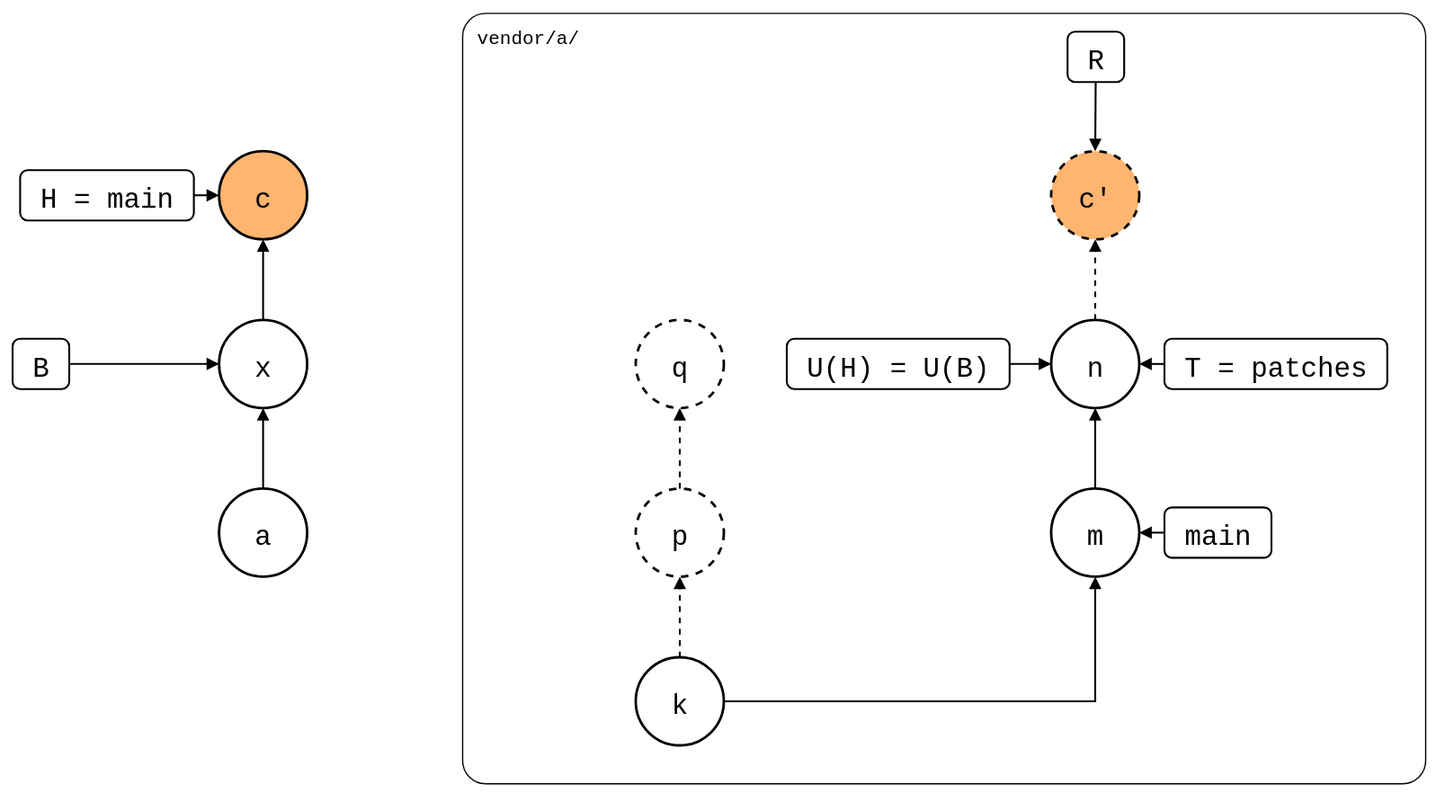
Before: test/scenarios/06-rewritten-history/04-patch-branch-rebased/01-unpushed-local-commit/rebased-onto-pull.drawio.svg, a diagram exported from draw.io (roschaefer/git-splice). Source tidied: cells renumbered, new cells last; positions are measured from the earlier drawing's top-left corner, leaving out a move shared by most shapes.
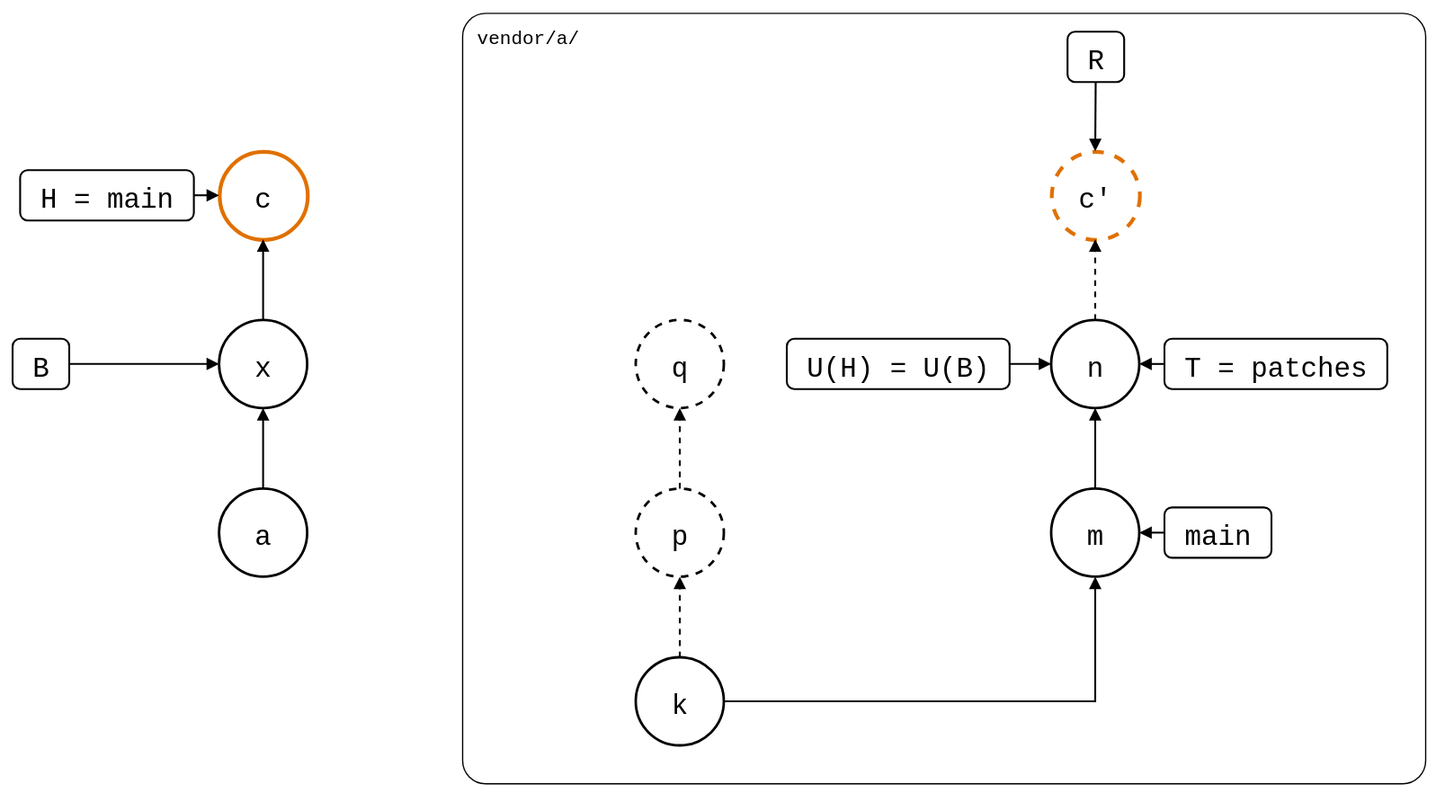
After the commit.

The edit, as a diff of the source:
```diff
@@ -20,7 +20,7 @@
     <mxCell id="7" value="n" style="ellipse;strokeWidth=2;fontSize=22;fontFamily=Roboto Mono,monospace;" parent="1" vertex="1">
       <mxGeometry x="825" y="244" width="70" height="70" as="geometry" />
     </mxCell>
-    <mxCell id="8" value="c'" style="ellipse;strokeWidth=2;fontSize=22;fontFamily=Roboto Mono,monospace;dashed=1;fillColor=#FFB570;" parent="1" vertex="1">
+    <mxCell id="8" value="c'" style="ellipse;fontSize=22;fontFamily=Roboto Mono,monospace;dashed=1;strokeColor=#E07000;strokeWidth=3;" parent="1" vertex="1">
       <mxGeometry x="825" y="110" width="70" height="70" as="geometry" />
     </mxCell>
     <mxCell id="9" value="a" style="ellipse;strokeWidth=2;fontSize=22;fontFamily=Roboto Mono,monospace;" parent="1" vertex="1">
@@ -29,7 +29,7 @@
     <mxCell id="10" value="x" style="ellipse;strokeWidth=2;fontSize=22;fontFamily=Roboto Mono,monospace;" parent="1" vertex="1">
       <mxGeometry x="164" y="244" width="70" height="70" as="geometry" />
     </mxCell>
-    <mxCell id="11" value="c" style="ellipse;strokeWidth=2;fontSize=22;fontFamily=Roboto Mono,monospace;fillColor=#FFB570;" parent="1" vertex="1">
+    <mxCell id="11" value="c" style="ellipse;fontSize=22;fontFamily=Roboto Mono,monospace;strokeColor=#E07000;strokeWidth=3;" parent="1" vertex="1">
       <mxGeometry x="164" y="110" width="70" height="70" as="geometry" />
     </mxCell>
     <mxCell id="12" value="H = main" style="rounded=1;strokeWidth=1.5;fontSize=22;fontFamily=Roboto Mono,monospace;" parent="1" vertex="1">
```
